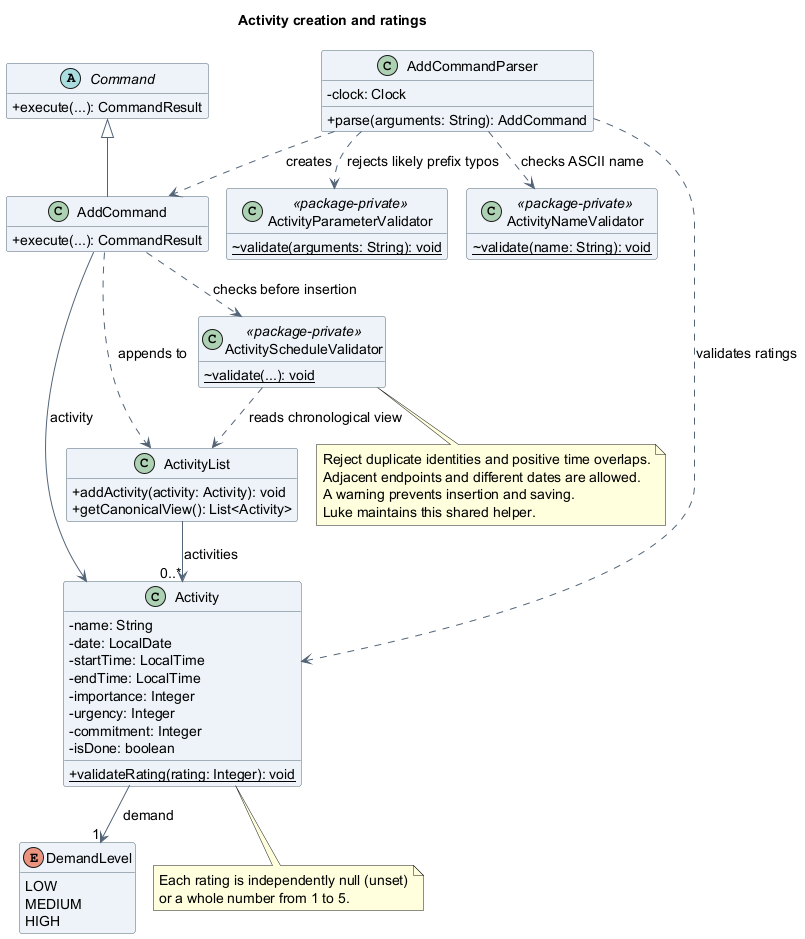
The PlantUML diagram docs/images/atharva/class/ActivityCreationClassDiagram.png in AY2627S1-CS2113-T10-4/tp, before a commit.
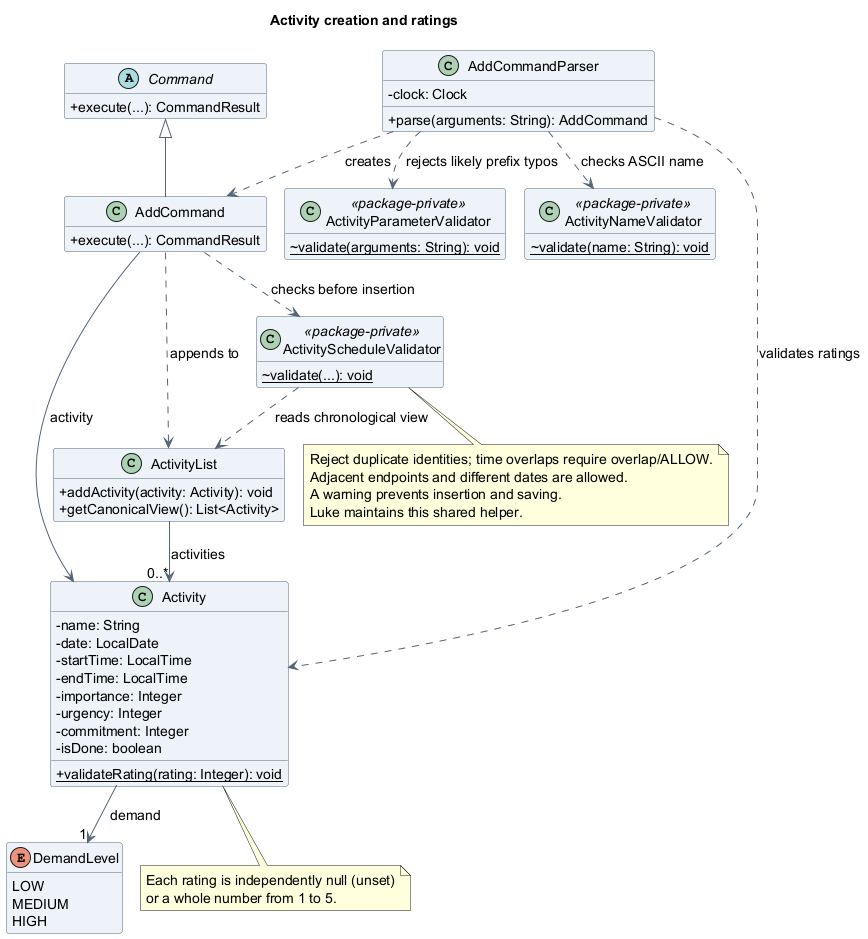
Above is the later version.

Change to the diagram source:
```diff
@@ -68,7 +68,7 @@
   or a whole number from 1 to 5.
 end note
 note bottom of ActivityScheduleValidator
-  Reject duplicate identities and positive time overlaps.
+  Reject duplicate identities; time overlaps require overlap/ALLOW.
   Adjacent endpoints and different dates are allowed.
   A warning prevents insertion and saving.
   Luke maintains this shared helper.
```
